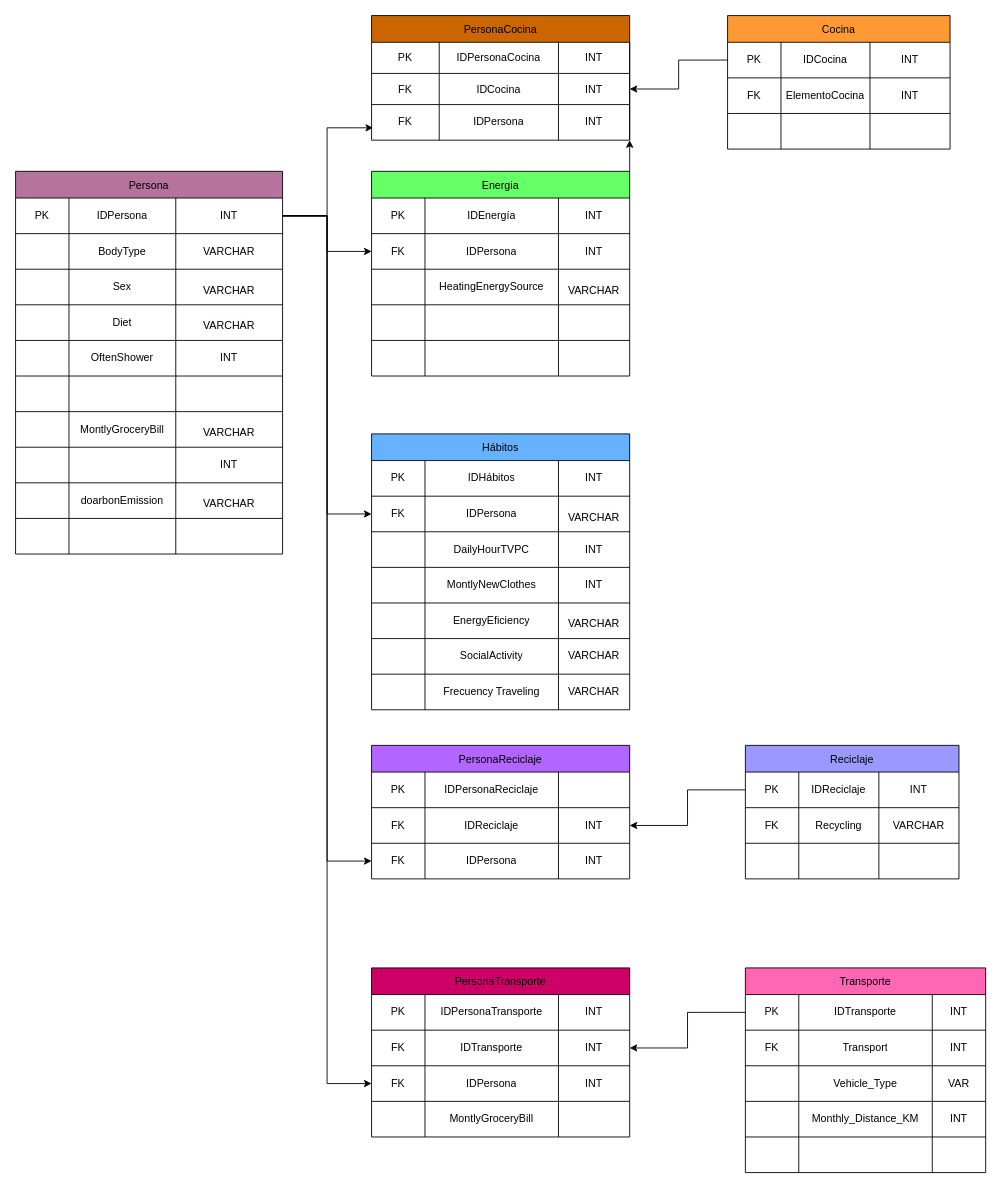
The draw.io diagram Diagrama sin título.drawio in ValentRodriguez/Bases, before the edit. Source tidied: cells renumbered, new cells numbered last; positions are measured from the earlier drawing's top-left corner, leaving out a move shared by most shapes. Both pictures are drawn from the tidied source at 89%, with x=0, y=0 at pixel (15, 15).
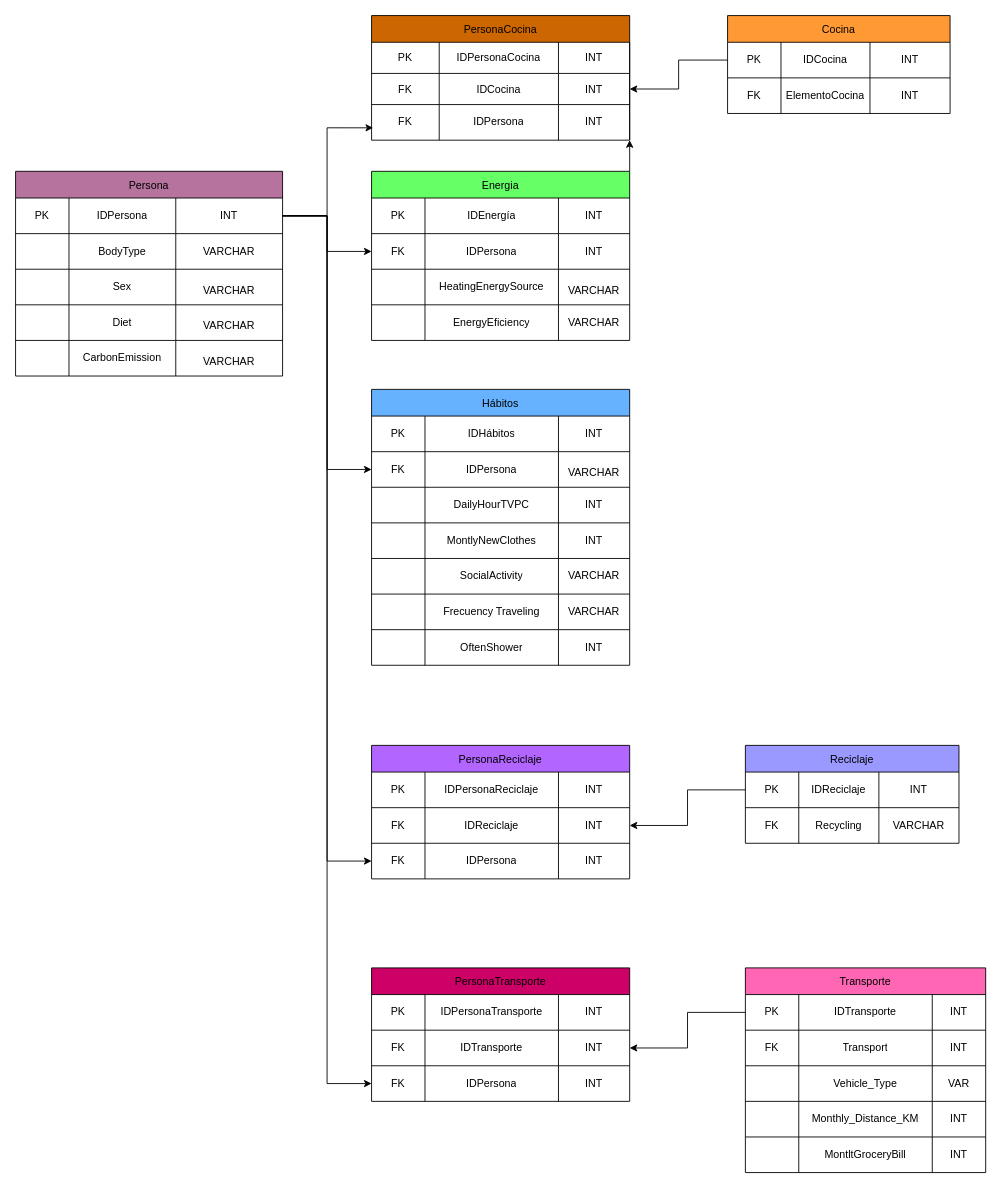
Above is the later version.

Unchanged cells that the change refers to:
```xml
<mxCell id="139" style="shape=tableRow;horizontal=0;startSize=0;swimlaneHead=0;swimlaneBody=0;strokeColor=inherit;top=0;left=0;bottom=0;right=0;fillColor=none;" parent="138" vertex="1">
  <mxGeometry y="30" width="290" height="40" as="geometry" />
</mxCell>
<mxCell id="187" style="shape=tableRow;horizontal=0;startSize=0;swimlaneHead=0;swimlaneBody=0;strokeColor=inherit;top=0;left=0;bottom=0;right=0;fillColor=none;" parent="170" vertex="1">
  <mxGeometry y="190" width="270" height="40" as="geometry" />
</mxCell>
```

Change to the diagram source:
```diff
@@
     <mxCell id="2" value="Persona" style="shape=table;startSize=30;childLayout=tableLayout;fillColor=#B5739D;" parent="1" vertex="1">
-      <mxGeometry y="175" width="300" height="430" as="geometry" />
+      <mxGeometry y="175" width="300" height="230" as="geometry" />
     </mxCell>
@@
-    <mxCell id="19" style="shape=tableRow;horizontal=0;startSize=0;swimlaneHead=0;swimlaneBody=0;strokeColor=inherit;top=0;left=0;bottom=0;right=0;fillColor=none;" parent="2" vertex="1">
-      <mxGeometry y="190" width="300" height="40" as="geometry" />
-    </mxCell>
-    <mxCell id="20" style="shape=partialRectangle;html=1;whiteSpace=wrap;strokeColor=inherit;overflow=hidden;fillColor=none;top=0;left=0;bottom=0;right=0;" parent="19" vertex="1">
-      <mxGeometry width="60" height="40" as="geometry" />
-    </mxCell>
-    <mxCell id="21" value="OftenShower" style="shape=partialRectangle;html=1;whiteSpace=wrap;strokeColor=inherit;overflow=hidden;fillColor=none;top=0;left=0;bottom=0;right=0;" parent="19" vertex="1">
-      <mxGeometry x="60" width="120" height="40" as="geometry" />
-    </mxCell>
-    <mxCell id="22" value="INT" style="shape=partialRectangle;html=1;whiteSpace=wrap;strokeColor=inherit;overflow=hidden;fillColor=none;top=0;left=0;bottom=0;right=0;" parent="19" vertex="1">
-      <mxGeometry x="180" width="120" height="40" as="geometry" />
-    </mxCell>
-    <mxCell id="23" style="shape=tableRow;horizontal=0;startSize=0;swimlaneHead=0;swimlaneBody=0;strokeColor=inherit;top=0;left=0;bottom=0;right=0;fillColor=none;" parent="2" vertex="1">
-      <mxGeometry y="230" width="300" height="40" as="geometry" />
-    </mxCell>
-    <mxCell id="24" style="shape=partialRectangle;html=1;whiteSpace=wrap;strokeColor=inherit;overflow=hidden;fillColor=none;top=0;left=0;bottom=0;right=0;" parent="23" vertex="1">
-      <mxGeometry width="60" height="40" as="geometry" />
-    </mxCell>
-    <mxCell id="25" style="shape=partialRectangle;html=1;whiteSpace=wrap;strokeColor=inherit;overflow=hidden;fillColor=none;top=0;left=0;bottom=0;right=0;" parent="23" vertex="1">
-      <mxGeometry x="60" width="120" height="40" as="geometry" />
-    </mxCell>
-    <mxCell id="26" style="shape=partialRectangle;html=1;whiteSpace=wrap;strokeColor=inherit;overflow=hidden;fillColor=none;top=0;left=0;bottom=0;right=0;" parent="23" vertex="1">
-      <mxGeometry x="180" width="120" height="40" as="geometry" />
-    </mxCell>
-    <mxCell id="27" style="shape=tableRow;horizontal=0;startSize=0;swimlaneHead=0;swimlaneBody=0;strokeColor=inherit;top=0;left=0;bottom=0;right=0;fillColor=none;" parent="2" vertex="1">
-      <mxGeometry y="270" width="300" height="40" as="geometry" />
-    </mxCell>
-    <mxCell id="28" style="shape=partialRectangle;html=1;whiteSpace=wrap;strokeColor=inherit;overflow=hidden;fillColor=none;top=0;left=0;bottom=0;right=0;" parent="27" vertex="1">
-      <mxGeometry width="60" height="40" as="geometry" />
-    </mxCell>
-    <mxCell id="29" value="MontlyGroceryBill" style="shape=partialRectangle;html=1;whiteSpace=wrap;strokeColor=inherit;overflow=hidden;fillColor=none;top=0;left=0;bottom=0;right=0;" parent="27" vertex="1">
-      <mxGeometry x="60" width="120" height="40" as="geometry" />
-    </mxCell>
-    <mxCell id="30" value="&#10;&lt;span style=&quot;color: rgb(0, 0, 0); font-family: Helvetica; font-size: 12px; font-style: normal; font-variant-ligatures: normal; font-variant-caps: normal; font-weight: 400; letter-spacing: normal; orphans: 2; text-align: center; text-indent: 0px; text-transform: none; widows: 2; word-spacing: 0px; -webkit-text-stroke-width: 0px; white-space: normal; background-color: rgb(251, 251, 251); text-decoration-thickness: initial; text-decoration-style: initial; text-decoration-color: initial; display: inline !important; float: none;&quot;&gt;VARCHAR&lt;/span&gt;&#10;&#10;" style="shape=partialRectangle;html=1;whiteSpace=wrap;strokeColor=inherit;overflow=hidden;fillColor=none;top=0;left=0;bottom=0;right=0;" parent="27" vertex="1">
-      <mxGeometry x="180" width="120" height="40" as="geometry" />
-    </mxCell>
-    <mxCell id="31" style="shape=tableRow;horizontal=0;startSize=0;swimlaneHead=0;swimlaneBody=0;strokeColor=inherit;top=0;left=0;bottom=0;right=0;fillColor=none;" parent="2" vertex="1">
-      <mxGeometry y="310" width="300" height="40" as="geometry" />
-    </mxCell>
-    <mxCell id="32" style="shape=partialRectangle;html=1;whiteSpace=wrap;strokeColor=inherit;overflow=hidden;fillColor=none;top=0;left=0;bottom=0;right=0;" parent="31" vertex="1">
-      <mxGeometry width="60" height="40" as="geometry" />
-    </mxCell>
-    <mxCell id="33" style="shape=partialRectangle;html=1;whiteSpace=wrap;strokeColor=inherit;overflow=hidden;fillColor=none;top=0;left=0;bottom=0;right=0;" parent="31" vertex="1">
-      <mxGeometry x="60" width="120" height="40" as="geometry" />
-    </mxCell>
-    <mxCell id="34" value="INT" style="shape=partialRectangle;html=1;whiteSpace=wrap;strokeColor=inherit;overflow=hidden;fillColor=none;top=0;left=0;bottom=0;right=0;" parent="31" vertex="1">
-      <mxGeometry x="180" width="120" height="40" as="geometry" />
-    </mxCell>
     <mxCell id="35" style="shape=tableRow;horizontal=0;startSize=0;swimlaneHead=0;swimlaneBody=0;strokeColor=inherit;top=0;left=0;bottom=0;right=0;fillColor=none;" parent="2" vertex="1">
-      <mxGeometry y="350" width="300" height="40" as="geometry" />
+      <mxGeometry y="190" width="300" height="40" as="geometry" />
     </mxCell>
@@
-    <mxCell id="37" value="doarbonEmission" style="shape=partialRectangle;html=1;whiteSpace=wrap;strokeColor=inherit;overflow=hidden;fillColor=none;top=0;left=0;bottom=0;right=0;" parent="35" vertex="1">
+    <mxCell id="37" value="CarbonEmission" style="shape=partialRectangle;html=1;whiteSpace=wrap;strokeColor=inherit;overflow=hidden;fillColor=none;top=0;left=0;bottom=0;right=0;" parent="35" vertex="1">
       <mxGeometry x="60" width="120" height="40" as="geometry" />
     </mxCell>
@@
-    <mxCell id="39" style="shape=tableRow;horizontal=0;startSize=0;swimlaneHead=0;swimlaneBody=0;strokeColor=inherit;top=0;left=0;bottom=0;right=0;fillColor=none;" parent="2" vertex="1">
-      <mxGeometry y="390" width="300" height="40" as="geometry" />
-    </mxCell>
-    <mxCell id="40" style="shape=partialRectangle;html=1;whiteSpace=wrap;strokeColor=inherit;overflow=hidden;fillColor=none;top=0;left=0;bottom=0;right=0;" parent="39" vertex="1">
-      <mxGeometry width="60" height="40" as="geometry" />
-    </mxCell>
-    <mxCell id="41" style="shape=partialRectangle;html=1;whiteSpace=wrap;strokeColor=inherit;overflow=hidden;fillColor=none;top=0;left=0;bottom=0;right=0;" parent="39" vertex="1">
-      <mxGeometry x="60" width="120" height="40" as="geometry" />
-    </mxCell>
-    <mxCell id="42" style="shape=partialRectangle;html=1;whiteSpace=wrap;strokeColor=inherit;overflow=hidden;fillColor=none;top=0;left=0;bottom=0;right=0;" parent="39" vertex="1">
-      <mxGeometry x="180" width="120" height="40" as="geometry" />
-    </mxCell>
     <mxCell id="43" value="Cocina" style="shape=table;startSize=30;childLayout=tableLayout;fillColor=#FF9933;" parent="1" vertex="1">
-      <mxGeometry x="800" width="250" height="150" as="geometry" />
+      <mxGeometry x="800" width="250" height="110" as="geometry" />
     </mxCell>
@@
-    <mxCell id="52" style="shape=tableRow;horizontal=0;startSize=0;swimlaneHead=0;swimlaneBody=0;strokeColor=inherit;top=0;left=0;bottom=0;right=0;fillColor=none;" parent="43" vertex="1">
-      <mxGeometry y="110" width="250" height="40" as="geometry" />
-    </mxCell>
-    <mxCell id="53" style="shape=partialRectangle;html=1;whiteSpace=wrap;strokeColor=inherit;overflow=hidden;fillColor=none;top=0;left=0;bottom=0;right=0;" parent="52" vertex="1">
-      <mxGeometry width="60" height="40" as="geometry" />
-    </mxCell>
-    <mxCell id="54" style="shape=partialRectangle;html=1;whiteSpace=wrap;strokeColor=inherit;overflow=hidden;fillColor=none;top=0;left=0;bottom=0;right=0;" parent="52" vertex="1">
-      <mxGeometry x="60" width="100" height="40" as="geometry" />
-    </mxCell>
-    <mxCell id="55" style="shape=partialRectangle;html=1;whiteSpace=wrap;strokeColor=inherit;overflow=hidden;fillColor=none;top=0;left=0;bottom=0;right=0;" parent="52" vertex="1">
-      <mxGeometry x="160" width="90" height="40" as="geometry" />
-    </mxCell>
@@
     <mxCell id="57" value="Energia" style="shape=table;startSize=30;childLayout=tableLayout;fillColor=#66FF66;" parent="1" vertex="1">
-      <mxGeometry x="400" y="175" width="290" height="230" as="geometry" />
+      <mxGeometry x="400" y="175" width="290" height="190" as="geometry" />
     </mxCell>
@@
-    <mxCell id="70" style="shape=tableRow;horizontal=0;startSize=0;swimlaneHead=0;swimlaneBody=0;strokeColor=inherit;top=0;left=0;bottom=0;right=0;fillColor=none;" parent="57" vertex="1">
-      <mxGeometry y="150" width="290" height="40" as="geometry" />
-    </mxCell>
-    <mxCell id="71" style="shape=partialRectangle;html=1;whiteSpace=wrap;strokeColor=inherit;overflow=hidden;fillColor=none;top=0;left=0;bottom=0;right=0;" parent="70" vertex="1">
-      <mxGeometry width="60" height="40" as="geometry" />
-    </mxCell>
-    <mxCell id="72" style="shape=partialRectangle;html=1;whiteSpace=wrap;strokeColor=inherit;overflow=hidden;fillColor=none;top=0;left=0;bottom=0;right=0;" parent="70" vertex="1">
-      <mxGeometry x="60" width="150" height="40" as="geometry" />
-    </mxCell>
-    <mxCell id="73" style="shape=partialRectangle;html=1;whiteSpace=wrap;strokeColor=inherit;overflow=hidden;fillColor=none;top=0;left=0;bottom=0;right=0;" parent="70" vertex="1">
-      <mxGeometry x="210" width="80" height="40" as="geometry" />
-    </mxCell>
-    <mxCell id="74" style="shape=tableRow;horizontal=0;startSize=0;swimlaneHead=0;swimlaneBody=0;strokeColor=inherit;top=0;left=0;bottom=0;right=0;fillColor=none;" parent="57" vertex="1">
-      <mxGeometry y="190" width="290" height="40" as="geometry" />
-    </mxCell>
-    <mxCell id="75" style="shape=partialRectangle;html=1;whiteSpace=wrap;strokeColor=inherit;overflow=hidden;fillColor=none;top=0;left=0;bottom=0;right=0;" parent="74" vertex="1">
-      <mxGeometry width="60" height="40" as="geometry" />
-    </mxCell>
-    <mxCell id="76" style="shape=partialRectangle;html=1;whiteSpace=wrap;strokeColor=inherit;overflow=hidden;fillColor=none;top=0;left=0;bottom=0;right=0;" parent="74" vertex="1">
-      <mxGeometry x="60" width="150" height="40" as="geometry" />
-    </mxCell>
-    <mxCell id="77" style="shape=partialRectangle;html=1;whiteSpace=wrap;strokeColor=inherit;overflow=hidden;fillColor=none;top=0;left=0;bottom=0;right=0;" parent="74" vertex="1">
-      <mxGeometry x="210" width="80" height="40" as="geometry" />
-    </mxCell>
+    <mxCell id="193" style="shape=tableRow;horizontal=0;startSize=0;swimlaneHead=0;swimlaneBody=0;strokeColor=inherit;top=0;left=0;bottom=0;right=0;fillColor=none;" parent="57" vertex="1">
+      <mxGeometry y="150" width="290" height="40" as="geometry" />
+    </mxCell>
+    <mxCell id="194" style="shape=partialRectangle;html=1;whiteSpace=wrap;strokeColor=inherit;overflow=hidden;fillColor=none;top=0;left=0;bottom=0;right=0;" parent="193" vertex="1">
+      <mxGeometry width="60" height="40" as="geometry" />
+    </mxCell>
+    <mxCell id="97" value="EnergyEficiency" style="shape=partialRectangle;html=1;whiteSpace=wrap;strokeColor=inherit;overflow=hidden;fillColor=none;top=0;left=0;bottom=0;right=0;" parent="193" vertex="1">
+      <mxGeometry x="60" width="150" height="40" as="geometry" />
+    </mxCell>
+    <mxCell id="195" value="VARCHAR" style="shape=partialRectangle;html=1;whiteSpace=wrap;strokeColor=inherit;overflow=hidden;fillColor=none;top=0;left=0;bottom=0;right=0;" parent="193" vertex="1">
+      <mxGeometry x="210" width="80" height="40" as="geometry" />
+    </mxCell>
     <mxCell id="78" value="Hábitos" style="shape=table;startSize=30;childLayout=tableLayout;fillColor=#66B2FF;" parent="1" vertex="1">
-      <mxGeometry x="400" y="470" width="290" height="310" as="geometry" />
+      <mxGeometry x="400" y="420" width="290" height="310" as="geometry" />
     </mxCell>
@@
-    <mxCell id="95" style="shape=tableRow;horizontal=0;startSize=0;swimlaneHead=0;swimlaneBody=0;strokeColor=inherit;top=0;left=0;bottom=0;right=0;fillColor=none;" parent="78" vertex="1">
-      <mxGeometry y="190" width="290" height="40" as="geometry" />
-    </mxCell>
-    <mxCell id="96" style="shape=partialRectangle;html=1;whiteSpace=wrap;strokeColor=inherit;overflow=hidden;fillColor=none;top=0;left=0;bottom=0;right=0;" parent="95" vertex="1">
-      <mxGeometry width="60" height="40" as="geometry" />
-    </mxCell>
-    <mxCell id="97" value="EnergyEficiency" style="shape=partialRectangle;html=1;whiteSpace=wrap;strokeColor=inherit;overflow=hidden;fillColor=none;top=0;left=0;bottom=0;right=0;" parent="95" vertex="1">
-      <mxGeometry x="60" width="150" height="40" as="geometry" />
-    </mxCell>
-    <mxCell id="98" value="&#10;&lt;span style=&quot;color: rgb(0, 0, 0); font-family: Helvetica; font-size: 12px; font-style: normal; font-variant-ligatures: normal; font-variant-caps: normal; font-weight: 400; letter-spacing: normal; orphans: 2; text-align: center; text-indent: 0px; text-transform: none; widows: 2; word-spacing: 0px; -webkit-text-stroke-width: 0px; white-space: normal; background-color: rgb(251, 251, 251); text-decoration-thickness: initial; text-decoration-style: initial; text-decoration-color: initial; display: inline !important; float: none;&quot;&gt;VARCHAR&lt;/span&gt;&#10;&#10;" style="shape=partialRectangle;html=1;whiteSpace=wrap;strokeColor=inherit;overflow=hidden;fillColor=none;top=0;left=0;bottom=0;right=0;" parent="95" vertex="1">
-      <mxGeometry x="210" width="80" height="40" as="geometry" />
-    </mxCell>
     <mxCell id="99" style="shape=tableRow;horizontal=0;startSize=0;swimlaneHead=0;swimlaneBody=0;strokeColor=inherit;top=0;left=0;bottom=0;right=0;fillColor=none;" parent="78" vertex="1">
-      <mxGeometry y="230" width="290" height="40" as="geometry" />
+      <mxGeometry y="190" width="290" height="40" as="geometry" />
     </mxCell>
@@
     <mxCell id="103" style="shape=tableRow;horizontal=0;startSize=0;swimlaneHead=0;swimlaneBody=0;strokeColor=inherit;top=0;left=0;bottom=0;right=0;fillColor=none;" parent="78" vertex="1">
-      <mxGeometry y="270" width="290" height="40" as="geometry" />
+      <mxGeometry y="230" width="290" height="40" as="geometry" />
     </mxCell>
@@
+    <mxCell id="196" style="shape=tableRow;horizontal=0;startSize=0;swimlaneHead=0;swimlaneBody=0;strokeColor=inherit;top=0;left=0;bottom=0;right=0;fillColor=none;" parent="78" vertex="1">
+      <mxGeometry y="270" width="290" height="40" as="geometry" />
+    </mxCell>
+    <mxCell id="197" style="shape=partialRectangle;html=1;whiteSpace=wrap;strokeColor=inherit;overflow=hidden;fillColor=none;top=0;left=0;bottom=0;right=0;" parent="196" vertex="1">
+      <mxGeometry width="60" height="40" as="geometry" />
+    </mxCell>
+    <mxCell id="21" value="OftenShower" style="shape=partialRectangle;html=1;whiteSpace=wrap;strokeColor=inherit;overflow=hidden;fillColor=none;top=0;left=0;bottom=0;right=0;" parent="196" vertex="1">
+      <mxGeometry x="60" width="150" height="40" as="geometry" />
+    </mxCell>
+    <mxCell id="198" value="INT" style="shape=partialRectangle;html=1;whiteSpace=wrap;strokeColor=inherit;overflow=hidden;fillColor=none;top=0;left=0;bottom=0;right=0;" parent="196" vertex="1">
+      <mxGeometry x="210" width="80" height="40" as="geometry" />
+    </mxCell>
     <mxCell id="107" value="Reciclaje" style="shape=table;startSize=30;childLayout=tableLayout;fillColor=#9999FF;" parent="1" vertex="1">
-      <mxGeometry x="820" y="820" width="240" height="150" as="geometry" />
+      <mxGeometry x="820" y="820" width="240" height="110" as="geometry" />
     </mxCell>
@@
-    <mxCell id="116" style="shape=tableRow;horizontal=0;startSize=0;swimlaneHead=0;swimlaneBody=0;strokeColor=inherit;top=0;left=0;bottom=0;right=0;fillColor=none;" parent="107" vertex="1">
-      <mxGeometry y="110" width="240" height="40" as="geometry" />
-    </mxCell>
-    <mxCell id="117" style="shape=partialRectangle;html=1;whiteSpace=wrap;strokeColor=inherit;overflow=hidden;fillColor=none;top=0;left=0;bottom=0;right=0;" parent="116" vertex="1">
-      <mxGeometry width="60" height="40" as="geometry" />
-    </mxCell>
-    <mxCell id="118" style="shape=partialRectangle;html=1;whiteSpace=wrap;strokeColor=inherit;overflow=hidden;fillColor=none;top=0;left=0;bottom=0;right=0;" parent="116" vertex="1">
-      <mxGeometry x="60" width="90" height="40" as="geometry" />
-    </mxCell>
-    <mxCell id="119" style="shape=partialRectangle;html=1;whiteSpace=wrap;strokeColor=inherit;overflow=hidden;fillColor=none;top=0;left=0;bottom=0;right=0;" parent="116" vertex="1">
-      <mxGeometry x="150" width="90" height="40" as="geometry" />
-    </mxCell>
@@
-    <mxCell id="142" style="shape=partialRectangle;html=1;whiteSpace=wrap;strokeColor=inherit;overflow=hidden;fillColor=none;top=0;left=0;bottom=0;right=0;" parent="139" vertex="1">
+    <mxCell id="142" value="INT" style="shape=partialRectangle;html=1;whiteSpace=wrap;strokeColor=inherit;overflow=hidden;fillColor=none;top=0;left=0;bottom=0;right=0;" parent="139" vertex="1">
       <mxGeometry x="210" width="80" height="40" as="geometry" />
     </mxCell>
@@
     <mxCell id="153" value="PersonaTransporte" style="shape=table;startSize=30;childLayout=tableLayout;fillColor=#CC0066;" parent="1" vertex="1">
-      <mxGeometry x="400" y="1070" width="290" height="190" as="geometry" />
+      <mxGeometry x="400" y="1070" width="290" height="150" as="geometry" />
     </mxCell>
@@
-    <mxCell id="166" style="shape=tableRow;horizontal=0;startSize=0;swimlaneHead=0;swimlaneBody=0;strokeColor=inherit;top=0;left=0;bottom=0;right=0;fillColor=none;" parent="153" vertex="1">
-      <mxGeometry y="150" width="290" height="40" as="geometry" />
-    </mxCell>
-    <mxCell id="167" style="shape=partialRectangle;html=1;whiteSpace=wrap;strokeColor=inherit;overflow=hidden;fillColor=none;top=0;left=0;bottom=0;right=0;" parent="166" vertex="1">
-      <mxGeometry width="60" height="40" as="geometry" />
-    </mxCell>
-    <mxCell id="168" value="MontlyGroceryBill" style="shape=partialRectangle;html=1;whiteSpace=wrap;strokeColor=inherit;overflow=hidden;fillColor=none;top=0;left=0;bottom=0;right=0;" parent="166" vertex="1">
-      <mxGeometry x="60" width="150" height="40" as="geometry" />
-    </mxCell>
-    <mxCell id="169" style="shape=partialRectangle;html=1;whiteSpace=wrap;strokeColor=inherit;overflow=hidden;fillColor=none;top=0;left=0;bottom=0;right=0;" parent="166" vertex="1">
-      <mxGeometry x="210" width="80" height="40" as="geometry" />
-    </mxCell>
@@
-    <mxCell id="188" style="shape=partialRectangle;html=1;whiteSpace=wrap;strokeColor=inherit;overflow=hidden;fillColor=none;top=0;left=0;bottom=0;right=0;" parent="187" vertex="1">
-      <mxGeometry width="60" height="40" as="geometry" />
-    </mxCell>
-    <mxCell id="189" style="shape=partialRectangle;html=1;whiteSpace=wrap;strokeColor=inherit;overflow=hidden;fillColor=none;top=0;left=0;bottom=0;right=0;" parent="187" vertex="1">
-      <mxGeometry x="60" width="150" height="40" as="geometry" />
-    </mxCell>
-    <mxCell id="190" style="shape=partialRectangle;html=1;whiteSpace=wrap;strokeColor=inherit;overflow=hidden;fillColor=none;top=0;left=0;bottom=0;right=0;" parent="187" vertex="1">
-      <mxGeometry x="210" width="60" height="40" as="geometry" />
-    </mxCell>
+    <mxCell id="199" style="shape=partialRectangle;html=1;whiteSpace=wrap;strokeColor=inherit;overflow=hidden;fillColor=none;top=0;left=0;bottom=0;right=0;" parent="187" vertex="1">
+      <mxGeometry width="60" height="40" as="geometry" />
+    </mxCell>
+    <mxCell id="200" value="MontltGroceryBill" style="shape=partialRectangle;html=1;whiteSpace=wrap;strokeColor=inherit;overflow=hidden;fillColor=none;top=0;left=0;bottom=0;right=0;" parent="187" vertex="1">
+      <mxGeometry x="60" width="150" height="40" as="geometry" />
+    </mxCell>
+    <mxCell id="201" value="INT" style="shape=partialRectangle;html=1;whiteSpace=wrap;strokeColor=inherit;overflow=hidden;fillColor=none;top=0;left=0;bottom=0;right=0;" parent="187" vertex="1">
+      <mxGeometry x="210" width="60" height="40" as="geometry" />
+    </mxCell>
```
